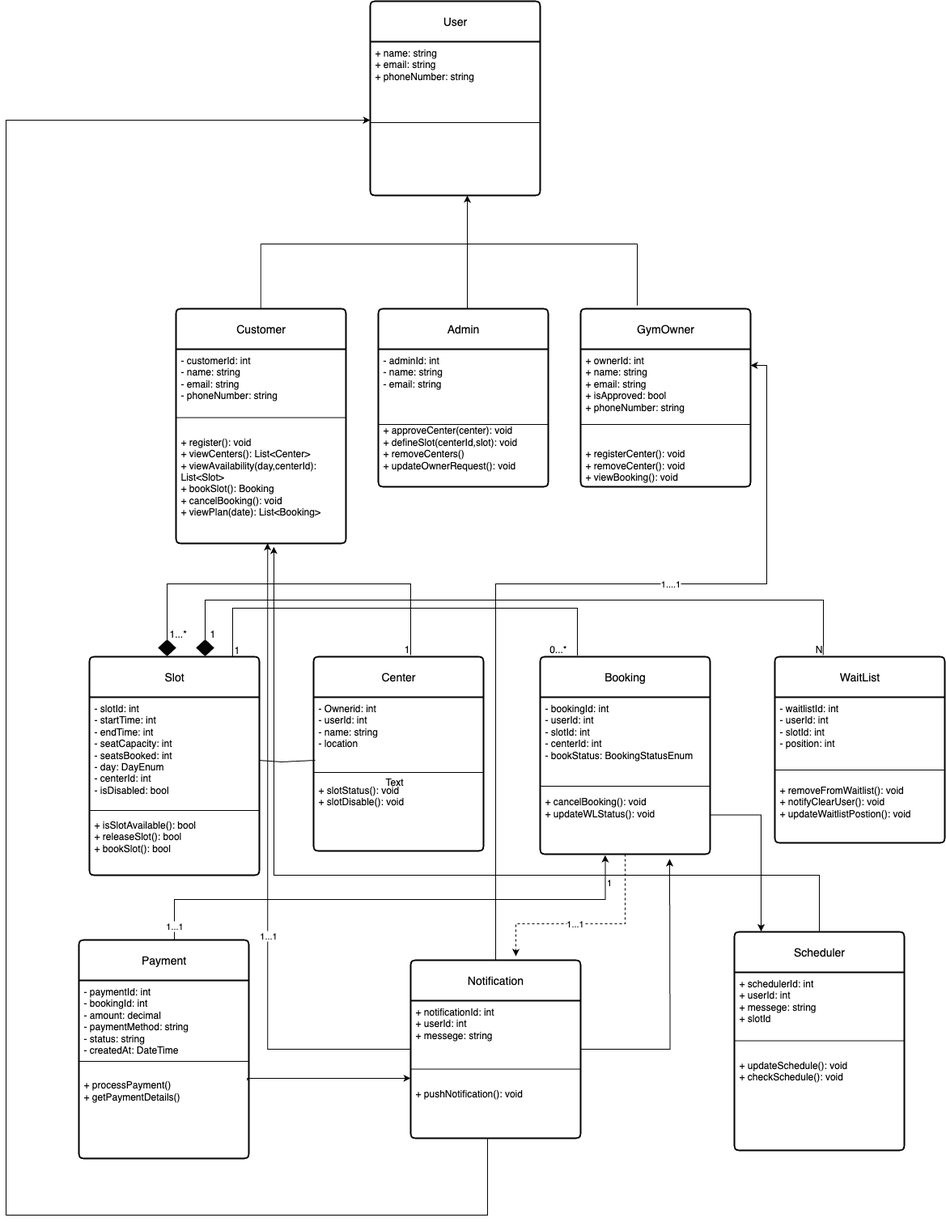
This is UML_Artefacts/ClassDiagram/Flipfit-ClassDiagram.png from ishikajha04/JEDI-FLIPFIT-DEVELOPMENT-F, a draw.io export, as it was before one commit. Source tidied: cells renumbered, new cells last; positions are measured from the earlier drawing's top-left corner, leaving out a move shared by most shapes.
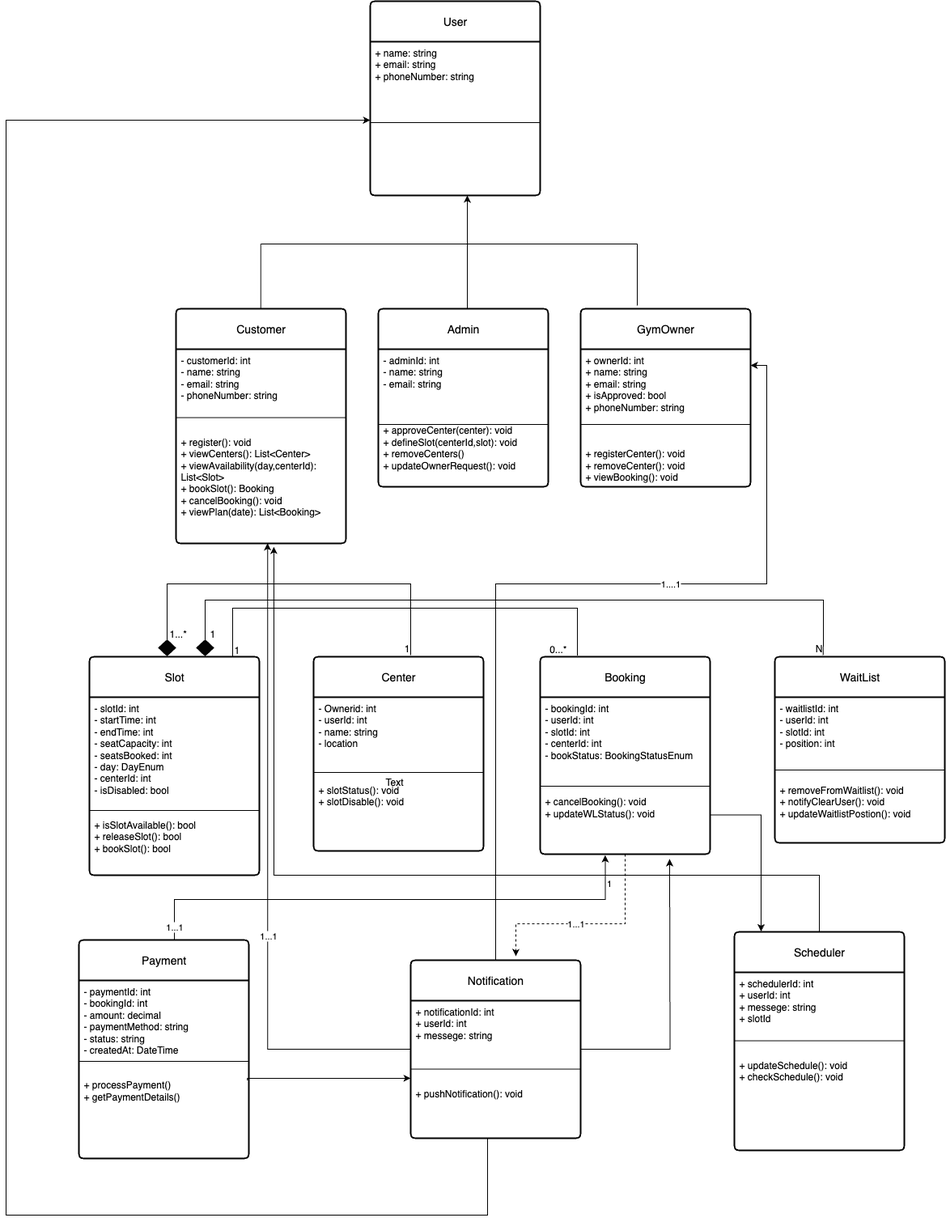
After the change.

Commit message:
minor: replace class diagram

The edit, as a diff of the source:
```diff
@@ -253,13 +253,6 @@
     <mxCell id="57" value="1...1" style="edgeLabel;html=1;align=center;verticalAlign=middle;" parent="56" vertex="1">
       <mxGeometry x="0.13" y="-1" relative="1" as="geometry" />
     </mxCell>
-    <mxCell id="58" style="endArrow=none;html=1;rounded=0;exitX=1.005;exitY=0.355;exitDx=0;exitDy=0;exitPerimeter=0;entryX=0.01;entryY=0.402;entryDx=0;entryDy=0;entryPerimeter=0;" parent="1" edge="1" source="29" target="12">
-      <mxGeometry relative="1" as="geometry">
-        <Array as="points">
-          <mxPoint x="340" y="940" />
-        </Array>
-      </mxGeometry>
-    </mxCell>
     <mxCell id="59" value="Text" style="text;html=1;align=center;verticalAlign=middle;whiteSpace=wrap;rounded=0;" parent="1" vertex="1">
       <mxGeometry x="450" y="950" width="60" height="30" as="geometry" />
     </mxCell>
```
